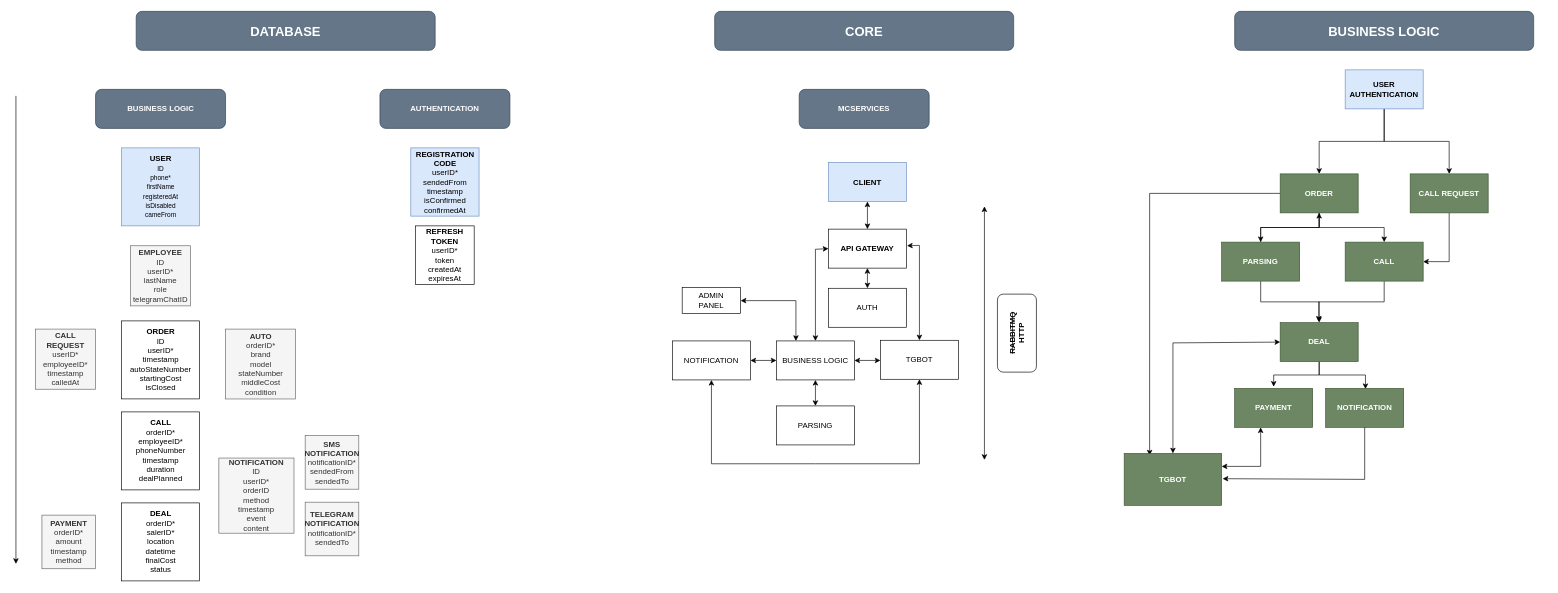
The draw.io diagram docs/AppDiagram.drawio in Dahaka1/GetAuto, before the edit. Source tidied: cells renumbered, new cells numbered last; positions are measured from the earlier drawing's top-left corner, leaving out a move shared by most shapes. Both pictures are drawn from the tidied source at 65%, with x=0, y=0 at pixel (16, 11).
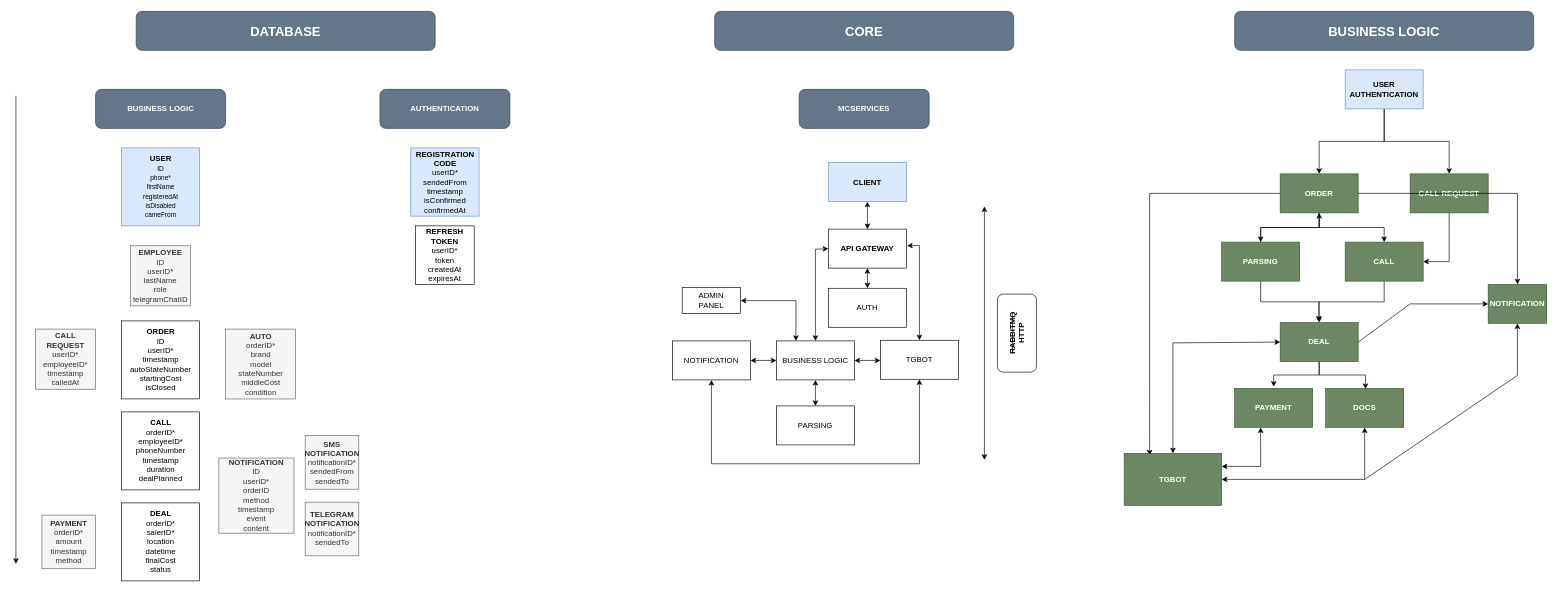
The same diagram, later.

Commit message:
update: business scheme

Unchanged cells that the change refers to:
```xml
<mxCell id="42" value="ORDER" style="rounded=0;whiteSpace=wrap;html=1;fillColor=#6d8764;fontColor=#ffffff;strokeColor=#3A5431;fontStyle=1;" parent="1" vertex="1">
  <mxGeometry x="1945" y="250" width="120" height="60" as="geometry" />
</mxCell>
<mxCell id="52" value="DEAL" style="rounded=0;whiteSpace=wrap;html=1;fillColor=#6d8764;fontColor=#ffffff;strokeColor=#3A5431;fontStyle=1;" parent="1" vertex="1">
  <mxGeometry x="1945" y="478.8" width="120" height="60" as="geometry" />
</mxCell>
<mxCell id="55" value="TGBOT" style="rounded=0;whiteSpace=wrap;html=1;fillColor=#6d8764;fontColor=#ffffff;strokeColor=#3A5431;fontStyle=1;" parent="1" vertex="1">
  <mxGeometry x="1705" y="680" width="150" height="80" as="geometry" />
</mxCell>
```

Diff of the diagram source:
```diff
@@
-    <mxCell id="54" value="NOTIFICATION" style="rounded=0;whiteSpace=wrap;html=1;fillColor=#6d8764;fontColor=#ffffff;strokeColor=#3A5431;fontStyle=1;" parent="1" vertex="1">
+    <mxCell id="54" value="DOCS" style="rounded=0;whiteSpace=wrap;html=1;fillColor=#6d8764;fontColor=#ffffff;strokeColor=#3A5431;fontStyle=1;" parent="1" vertex="1">
       <mxGeometry x="2015" y="580" width="120" height="60" as="geometry" />
     </mxCell>
@@
-    <mxCell id="56" style="endArrow=classic;html=1;rounded=0;exitX=0.5;exitY=1;exitDx=0;exitDy=0;entryX=1.01;entryY=0.487;entryDx=0;entryDy=0;entryPerimeter=0;" parent="1" edge="1" source="54" target="55">
-      <mxGeometry relative="1" as="geometry">
-        <Array as="points">
-          <mxPoint x="2075" y="720" />
-        </Array>
-      </mxGeometry>
-    </mxCell>
@@
+    <mxCell id="64" value="NOTIFICATION" style="rounded=0;whiteSpace=wrap;html=1;fillColor=#6d8764;fontColor=#ffffff;strokeColor=#3A5431;fontStyle=1;" parent="1" vertex="1">
+      <mxGeometry x="2265" y="420" width="90" height="60" as="geometry" />
+    </mxCell>
+    <mxCell id="65" style="endArrow=classic;html=1;rounded=0;entryX=0.5;entryY=1;entryDx=0;entryDy=0;" parent="1" edge="1" target="64">
+      <mxGeometry relative="1" as="geometry">
+        <mxPoint x="2075" y="720" as="sourcePoint" />
+        <Array as="points">
+          <mxPoint x="2310" y="560" />
+        </Array>
+      </mxGeometry>
+    </mxCell>
+    <mxCell id="66" style="endArrow=classic;html=1;rounded=0;entryX=0;entryY=0.5;entryDx=0;entryDy=0;exitX=1;exitY=0.5;exitDx=0;exitDy=0;" parent="1" edge="1" source="52" target="64">
+      <mxGeometry relative="1" as="geometry">
+        <Array as="points">
+          <mxPoint x="2145" y="450" />
+        </Array>
+      </mxGeometry>
+    </mxCell>
+    <mxCell id="67" style="endArrow=classic;html=1;rounded=0;exitX=1;exitY=0.5;exitDx=0;exitDy=0;entryX=0.5;entryY=0;entryDx=0;entryDy=0;" parent="1" edge="1" source="42" target="64">
+      <mxGeometry relative="1" as="geometry">
+        <Array as="points">
+          <mxPoint x="2310" y="280" />
+        </Array>
+      </mxGeometry>
+    </mxCell>
+    <mxCell id="68" style="endArrow=classic;startArrow=classic;html=1;rounded=0;exitX=1;exitY=0.5;exitDx=0;exitDy=0;entryX=0.5;entryY=1;entryDx=0;entryDy=0;" parent="1" edge="1" source="55" target="54">
+      <mxGeometry relative="1" as="geometry">
+        <Array as="points">
+          <mxPoint x="2075" y="720" />
+        </Array>
+      </mxGeometry>
+    </mxCell>
```
